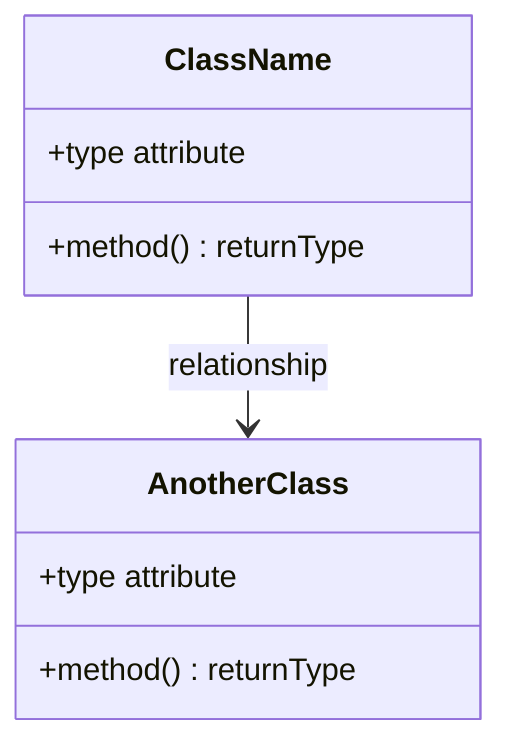
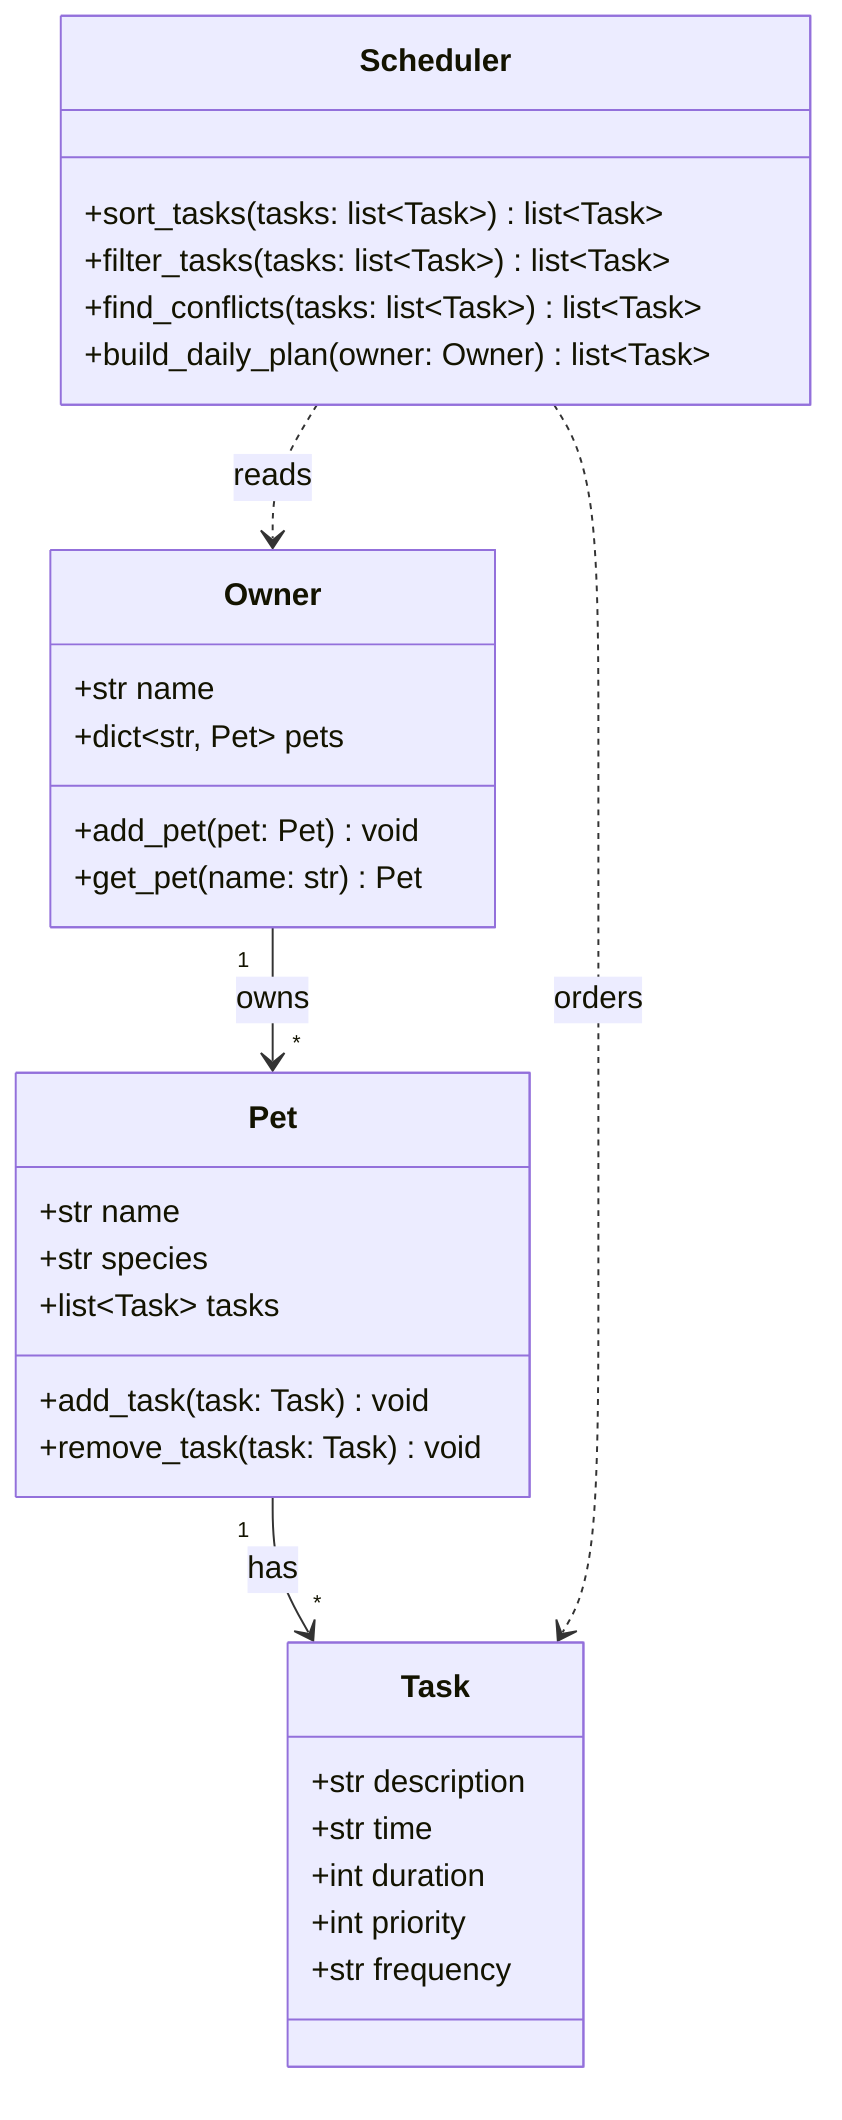
classDiagram
-     %% Replace the placeholders below with your actual classes, attributes, methods, and relationships.
+     %% PawPal+ class diagram based on brainstormed design.
    %% Keep this file updated so it matches your final implementation.

-     class ClassName {
-         +type attribute
-         +method() returnType
+     class Owner {
+         +str name
+         +dict~str, Pet~ pets
+         +add_pet(pet: Pet) void
+         +get_pet(name: str) Pet
    }

-     class AnotherClass {
-         +type attribute
-         +method() returnType
+     class Pet {
+         +str name
+         +str species
+         +list~Task~ tasks
+         +add_task(task: Task) void
+         +remove_task(task: Task) void
    }

-     ClassName --> AnotherClass : relationship
+     class Task {
+         +str description
+         +str time
+         +int duration
+         +int priority
+         +str frequency
+     }
+ 
+     class Scheduler {
+         +sort_tasks(tasks: list~Task~) list~Task~
+         +filter_tasks(tasks: list~Task~) list~Task~
+         +find_conflicts(tasks: list~Task~) list~Task~
+         +build_daily_plan(owner: Owner) list~Task~
+     }
+ 
+     Owner "1" --> "*" Pet : owns
+     Pet "1" --> "*" Task : has
+     Scheduler ..> Owner : reads
+     Scheduler ..> Task : orders
